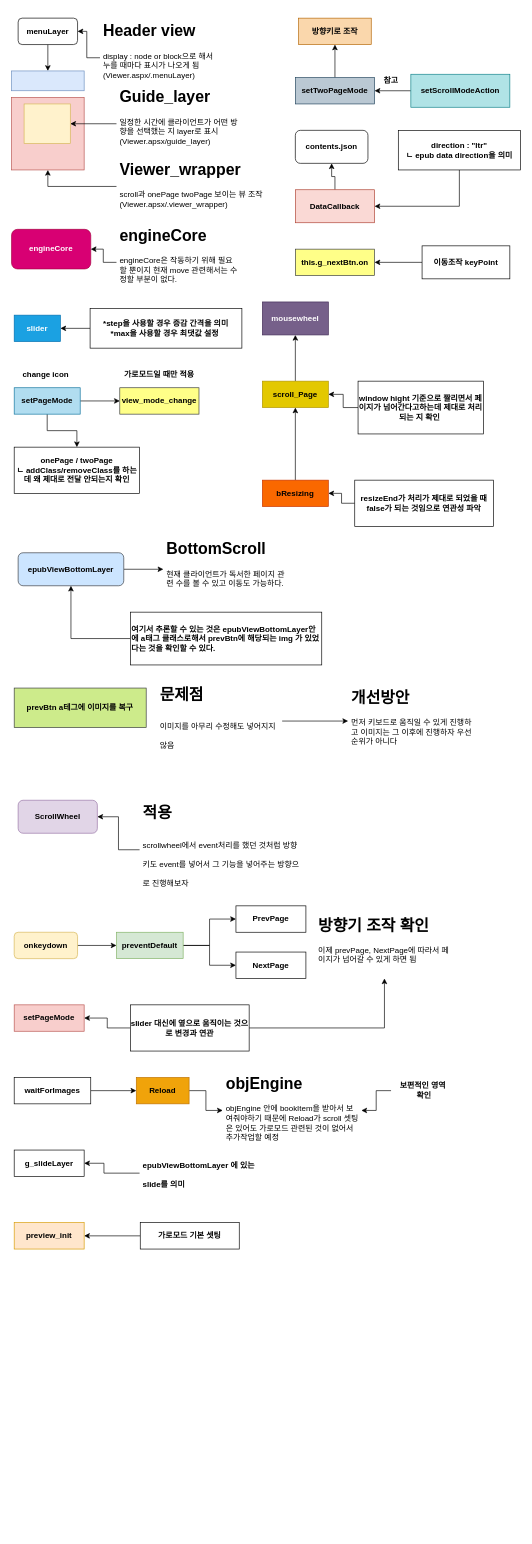
Above: Untitled Diagram.drawio in junhee916/basic_Modify (draw.io), before the change. Source tidied: cells renumbered, new cells numbered last; positions are measured from the earlier drawing's top-left corner, leaving out a move shared by most shapes. Both pictures are drawn from the tidied source at 66%, with x=0, y=0 at pixel (11, 18).
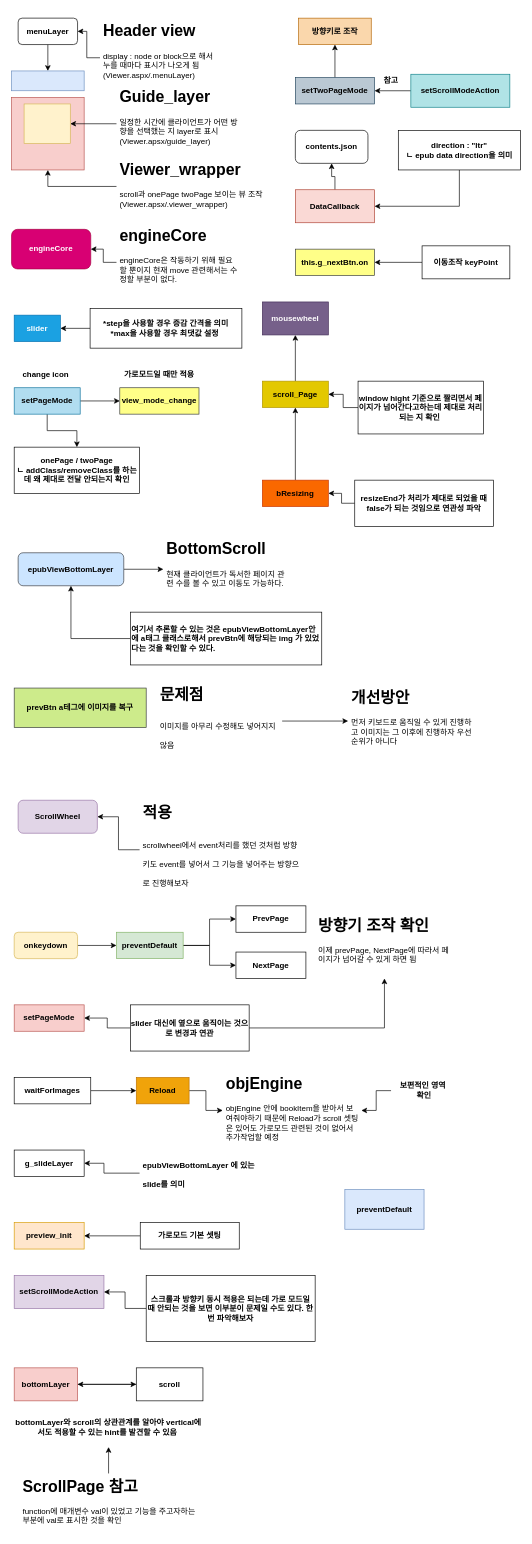
The same page after the edit.

What changed in the source:
```diff
@@
+    <mxCell id="86" value="&lt;b&gt;setScrollModeAction&lt;/b&gt;" style="rounded=0;whiteSpace=wrap;html=1;fillColor=#e1d5e7;strokeColor=#9673a6;" parent="1" vertex="1">
+      <mxGeometry x="4" y="1905" width="136" height="50" as="geometry" />
+    </mxCell>
+    <mxCell id="87" style="edgeStyle=orthogonalEdgeStyle;rounded=0;jettySize=auto;html=1;entryX=1;entryY=0.5;entryDx=0;entryDy=0;" parent="1" edge="1" source="88" target="86">
+      <mxGeometry relative="1" as="geometry" />
+    </mxCell>
+    <mxCell id="88" value="&lt;b&gt;스크롤과 방향키 동시 적용은 되는데 가로 모드일 때 안되는 것을 보면 이부분이 문제일 수도 있다. 한번 파악해보자&lt;/b&gt;" style="rounded=0;whiteSpace=wrap;html=1;" parent="1" vertex="1">
+      <mxGeometry x="204" y="1905" width="256" height="100" as="geometry" />
+    </mxCell>
+    <mxCell id="89" style="edgeStyle=orthogonalEdgeStyle;rounded=0;jettySize=auto;html=1;" parent="1" edge="1" source="90" target="92">
+      <mxGeometry relative="1" as="geometry" />
+    </mxCell>
+    <mxCell id="90" value="&lt;b&gt;bottomLayer&lt;/b&gt;" style="rounded=0;whiteSpace=wrap;html=1;fillColor=#f8cecc;strokeColor=#b85450;" parent="1" vertex="1">
+      <mxGeometry x="4" y="2045" width="96" height="50" as="geometry" />
+    </mxCell>
+    <mxCell id="91" style="edgeStyle=orthogonalEdgeStyle;rounded=0;jettySize=auto;html=1;entryX=1;entryY=0.5;entryDx=0;entryDy=0;" parent="1" edge="1" source="92" target="90">
+      <mxGeometry relative="1" as="geometry" />
+    </mxCell>
+    <mxCell id="92" value="&lt;b&gt;scroll&lt;/b&gt;" style="rounded=0;whiteSpace=wrap;html=1;" parent="1" vertex="1">
+      <mxGeometry x="189" y="2045" width="101" height="50" as="geometry" />
+    </mxCell>
+    <mxCell id="93" value="&lt;b&gt;bottomLayer와 scroll의 상관관계를 알아야 vertical에서도 적용할 수 있는 hint를 발견할 수 있음&amp;nbsp;&lt;/b&gt;" style="text;html=1;strokeColor=none;fillColor=none;align=center;verticalAlign=middle;whiteSpace=wrap;rounded=0;" parent="1" vertex="1">
+      <mxGeometry x="4" y="2105" width="286" height="60" as="geometry" />
+    </mxCell>
+    <mxCell id="94" style="edgeStyle=orthogonalEdgeStyle;rounded=0;jettySize=auto;html=1;entryX=0.5;entryY=1;entryDx=0;entryDy=0;" parent="1" edge="1" source="95" target="93">
+      <mxGeometry relative="1" as="geometry" />
+    </mxCell>
+    <mxCell id="95" value="&lt;h1&gt;ScrollPage 참고&lt;/h1&gt;&lt;p&gt;function에 매개변수 val이 있었고 기능을 주고자하는 부분에 val로 표시한 것을 확인&amp;nbsp;&lt;/p&gt;" style="text;html=1;strokeColor=none;fillColor=none;spacing=5;spacingTop=-20;whiteSpace=wrap;overflow=hidden;rounded=0;" parent="1" vertex="1">
+      <mxGeometry x="12" y="2205" width="270" height="90" as="geometry" />
+    </mxCell>
+    <mxCell id="96" value="&lt;b&gt;preventDefault&lt;/b&gt;" style="rounded=0;whiteSpace=wrap;html=1;fillColor=#dae8fc;strokeColor=#6c8ebf;" parent="1" vertex="1">
+      <mxGeometry x="505" y="1775" width="120" height="60" as="geometry" />
+    </mxCell>
```
